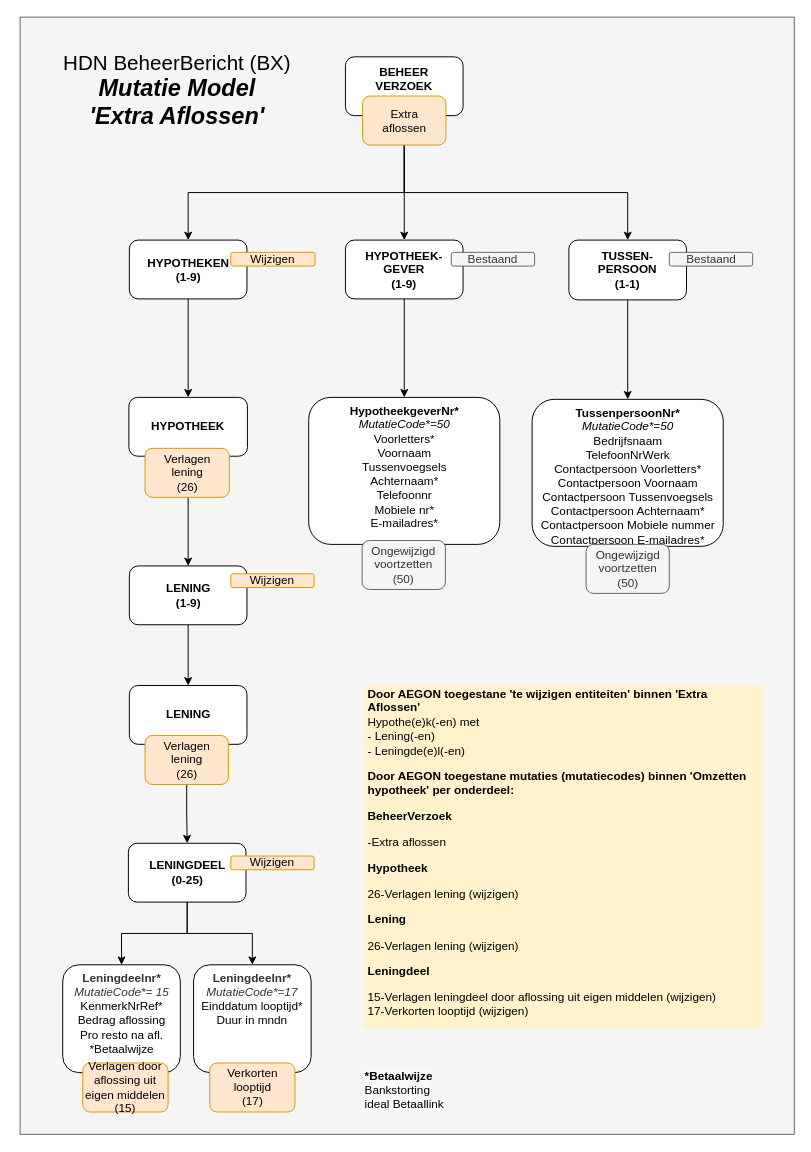
The draw.io diagram page "MutatieModel DB met attributen" (4 of 4) of HDN_BX_MM_BouwdepotDeclaratie.drawio in luchthandel/diagrams, before the edit. Source tidied: cells renumbered, new cells numbered last; positions are measured from the earlier drawing's top-left corner, leaving out a move shared by most shapes. Both pictures are drawn from the tidied source at 98%, with x=0, y=0 at pixel (20, 17).
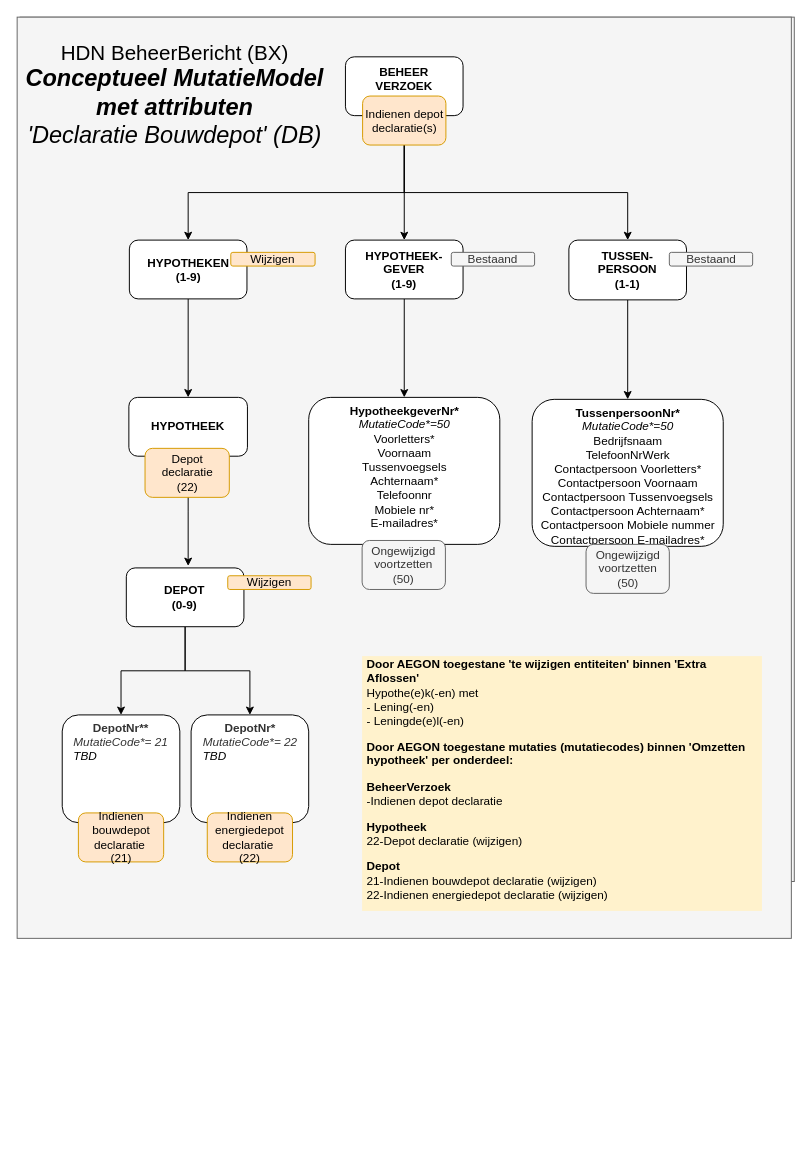
After the change.

Unchanged cells that the change refers to:
```xml
<mxCell id="14" value="HYPOTHEEK" style="rounded=1;whiteSpace=wrap;html=1;fontStyle=1;" parent="1" vertex="1">
  <mxGeometry x="111" y="388" width="121" height="60" as="geometry" />
</mxCell>
```

The edit, as a diff of the source:
```diff
@@
     <mxCell id="2" style="rounded=0;whiteSpace=wrap;html=1;fillColor=#f5f5f5;strokeColor=#666666;fontColor=#333333;labelBackgroundColor=none;" parent="1" vertex="1">
-      <mxGeometry width="790" height="1140" as="geometry" />
+      <mxGeometry width="790" height="882" as="geometry" />
     </mxCell>
+    <mxCell id="42" style="rounded=0;whiteSpace=wrap;html=1;fillColor=#f5f5f5;strokeColor=#666666;fontColor=#333333;labelBackgroundColor=none;" parent="1" vertex="1">
+      <mxGeometry x="-3" width="790" height="940" as="geometry" />
+    </mxCell>
-    <mxCell id="3" value="&lt;b style=&quot;color: rgb(0 , 0 , 0) ; text-align: left&quot;&gt;&lt;font color=&quot;#333333&quot; face=&quot;helvetica&quot;&gt;Leningdeelnr*&lt;/font&gt;&lt;br&gt;&lt;/b&gt;&lt;font color=&quot;#333333&quot; face=&quot;helvetica&quot; style=&quot;font-weight: 400 ; text-align: left&quot;&gt;&lt;i&gt;MutatieCode*=17&lt;br&gt;&lt;/i&gt;&lt;/font&gt;&lt;span style=&quot;color: rgb(0 , 0 , 0) ; font-weight: 400 ; text-align: left&quot;&gt;Einddatum looptijd*&lt;/span&gt;&lt;br style=&quot;color: rgb(0 , 0 , 0) ; font-weight: 400 ; text-align: left&quot;&gt;&lt;span style=&quot;color: rgb(0 , 0 , 0) ; font-weight: 400 ; text-align: left&quot;&gt;Duur in mndn&lt;/span&gt;" style="rounded=1;whiteSpace=wrap;html=1;fontStyle=1;fontColor=#808080;verticalAlign=top;" parent="1" vertex="1">
-      <mxGeometry x="177" y="967" width="120" height="110" as="geometry" />
+    <mxCell id="3" value="&lt;b style=&quot;color: rgb(0 , 0 , 0) ; text-align: left&quot;&gt;&lt;font color=&quot;#333333&quot; face=&quot;helvetica&quot;&gt;DepotNr*&lt;/font&gt;&lt;br&gt;&lt;/b&gt;&lt;font face=&quot;helvetica&quot; style=&quot;text-align: left&quot;&gt;&lt;i&gt;&lt;font color=&quot;#333333&quot;&gt;&lt;span style=&quot;font-weight: 400&quot;&gt;MutatieCode*= 22&lt;/span&gt;&lt;/font&gt;&lt;br&gt;&lt;div style=&quot;text-align: left&quot;&gt;&lt;span style=&quot;font-family: &amp;#34;helvetica&amp;#34; ; text-align: center ; font-weight: 400&quot;&gt;&lt;font color=&quot;#000000&quot;&gt;TBD&lt;/font&gt;&lt;/span&gt;&lt;/div&gt;&lt;/i&gt;&lt;/font&gt;" style="rounded=1;whiteSpace=wrap;html=1;fontStyle=1;fontColor=#808080;verticalAlign=top;" parent="1" vertex="1">
+      <mxGeometry x="174.5" y="712" width="120" height="110" as="geometry" />
     </mxCell>
-    <mxCell id="4" value="&lt;b style=&quot;color: rgb(0 , 0 , 0) ; text-align: left&quot;&gt;&lt;font color=&quot;#333333&quot; face=&quot;helvetica&quot;&gt;Leningdeelnr*&lt;/font&gt;&lt;br&gt;&lt;/b&gt;&lt;font color=&quot;#333333&quot; face=&quot;helvetica&quot; style=&quot;font-weight: 400 ; text-align: left&quot;&gt;&lt;i&gt;MutatieCode*= 15&lt;br&gt;&lt;/i&gt;&lt;/font&gt;&lt;span style=&quot;color: rgb(0 , 0 , 0) ; font-weight: 400 ; text-align: left&quot;&gt;KenmerkNrRef*&lt;/span&gt;&lt;br style=&quot;color: rgb(0 , 0 , 0) ; font-weight: 400 ; text-align: left&quot;&gt;&lt;span style=&quot;color: rgb(0 , 0 , 0) ; font-weight: 400 ; text-align: left&quot;&gt;Bedrag aflossing&lt;br&gt;&lt;/span&gt;&lt;span style=&quot;color: rgb(0 , 0 , 0) ; font-weight: 400 ; text-align: left&quot;&gt;Pro resto na afl.&lt;br&gt;&lt;/span&gt;&lt;span style=&quot;color: rgb(0 , 0 , 0) ; font-weight: 400 ; text-align: left&quot;&gt;*Betaalwijze&lt;br&gt;&lt;/span&gt;" style="rounded=1;whiteSpace=wrap;html=1;fontStyle=1;fontColor=#808080;verticalAlign=top;" parent="1" vertex="1">
-      <mxGeometry x="43.5" y="967" width="120" height="110" as="geometry" />
+    <mxCell id="4" value="&lt;b style=&quot;color: rgb(0 , 0 , 0) ; text-align: left&quot;&gt;&lt;font color=&quot;#333333&quot; face=&quot;helvetica&quot;&gt;DepotNr**&lt;/font&gt;&lt;br&gt;&lt;/b&gt;&lt;font color=&quot;#333333&quot; face=&quot;helvetica&quot; style=&quot;font-weight: 400 ; text-align: left&quot;&gt;&lt;i&gt;MutatieCode*= 21&lt;br&gt;&lt;div style=&quot;text-align: left&quot;&gt;&lt;span style=&quot;color: rgb(0 , 0 , 0) ; font-family: &amp;#34;helvetica&amp;#34; ; text-align: center&quot;&gt;TBD&lt;/span&gt;&lt;/div&gt;&lt;/i&gt;&lt;/font&gt;" style="rounded=1;whiteSpace=wrap;html=1;fontStyle=1;fontColor=#808080;verticalAlign=top;" parent="1" vertex="1">
+      <mxGeometry x="43" y="712" width="120" height="110" as="geometry" />
     </mxCell>
@@
-    <mxCell id="7" value="&lt;p&gt;&lt;b&gt;Door AEGON toegestane 'te wijzigen entiteiten' binnen 'Extra Aflossen'&lt;/b&gt;&lt;br&gt;Hypothe(e)k(-en) met&lt;br&gt;- Lening(-en)&lt;br&gt;- Leningde(e)l(-en)&lt;b&gt;&lt;br&gt;&lt;/b&gt;&lt;/p&gt;&lt;p&gt;&lt;b&gt;Door AEGON toegestane mutaties (mutatiecodes) binnen 'Omzetten hypotheek' per onderdeel:&lt;/b&gt;&lt;br&gt;&lt;/p&gt;&lt;p&gt;&lt;b&gt;BeheerVerzoek&lt;/b&gt;&lt;br&gt;&lt;/p&gt;&lt;p&gt;-Extra aflossen&lt;/p&gt;&lt;p&gt;&lt;b&gt;Hypotheek&lt;/b&gt;&lt;/p&gt;&lt;p&gt;26-Verlagen lening (wijzigen)&lt;br&gt;&lt;/p&gt;&lt;p&gt;&lt;b&gt;Lening&lt;/b&gt;&lt;br&gt;&lt;/p&gt;&lt;p&gt;26-Verlagen lening (wijzigen)&lt;br&gt;&lt;/p&gt;&lt;p&gt;&lt;b&gt;Leningdeel&lt;/b&gt;&lt;/p&gt;&lt;p&gt;15-Verlagen leningdeel door aflossing uit eigen middelen (wijzigen)&lt;br&gt;17-Verkorten looptijd (wijzigen)&lt;br&gt;&lt;/p&gt;" style="text;html=1;fillColor=#fff2cc;spacing=5;spacingTop=-20;whiteSpace=wrap;overflow=hidden;rounded=0;verticalAlign=top;" parent="1" vertex="1">
-      <mxGeometry x="350" y="682" width="408" height="350" as="geometry" />
-    </mxCell>
-    <mxCell id="8" value="LENING" style="rounded=1;whiteSpace=wrap;html=1;fontStyle=1;" parent="1" vertex="1">
-      <mxGeometry x="111.5" y="682" width="120" height="60" as="geometry" />
-    </mxCell>
@@
-    <mxCell id="10" style="edgeStyle=orthogonalEdgeStyle;rounded=0;jettySize=auto;html=1;exitX=0.5;exitY=1;exitDx=0;exitDy=0;entryX=0.5;entryY=0;entryDx=0;entryDy=0;fontSize=15;labelBackgroundColor=none;" parent="1" edge="1" source="14" target="16">
-      <mxGeometry relative="1" as="geometry" />
+    <mxCell id="10" style="edgeStyle=orthogonalEdgeStyle;rounded=0;jettySize=auto;html=1;exitX=0.5;exitY=1;exitDx=0;exitDy=0;entryX=0.5;entryY=0;entryDx=0;entryDy=0;fontSize=15;labelBackgroundColor=none;" parent="1" edge="1" source="14">
+      <mxGeometry relative="1" as="geometry">
+        <mxPoint x="171.5" y="560" as="targetPoint" />
+      </mxGeometry>
     </mxCell>
@@
-    <mxCell id="15" style="edgeStyle=orthogonalEdgeStyle;rounded=0;jettySize=auto;html=1;exitX=0.5;exitY=1;exitDx=0;exitDy=0;entryX=0.5;entryY=0;entryDx=0;entryDy=0;fontSize=10;" parent="1" edge="1" source="16" target="8">
-      <mxGeometry relative="1" as="geometry" />
-    </mxCell>
-    <mxCell id="16" value="LENING&lt;br&gt;(1-9)" style="rounded=1;whiteSpace=wrap;html=1;fontStyle=1;" parent="1" vertex="1">
-      <mxGeometry x="111.5" y="560" width="120" height="60" as="geometry" />
-    </mxCell>
-    <mxCell id="17" value="&lt;span style=&quot;font-weight: 400&quot;&gt;Wijzigen&lt;/span&gt;" style="rounded=1;whiteSpace=wrap;html=1;fontStyle=1;fillColor=#ffe6cc;strokeColor=#d79b00;" parent="1" vertex="1">
-      <mxGeometry x="215" y="568" width="85" height="14" as="geometry" />
-    </mxCell>
@@
-    <mxCell id="19" style="edgeStyle=orthogonalEdgeStyle;rounded=0;jettySize=auto;html=1;entryX=0.5;entryY=0;entryDx=0;entryDy=0;fontSize=10;" parent="1" edge="1" source="25" target="22">
-      <mxGeometry relative="1" as="geometry" />
-    </mxCell>
-    <mxCell id="20" style="edgeStyle=orthogonalEdgeStyle;rounded=0;jettySize=auto;html=1;exitX=0.5;exitY=1;exitDx=0;exitDy=0;entryX=0.5;entryY=0;entryDx=0;entryDy=0;" parent="1" edge="1" source="22" target="4">
-      <mxGeometry relative="1" as="geometry" />
-    </mxCell>
-    <mxCell id="21" style="edgeStyle=orthogonalEdgeStyle;rounded=0;jettySize=auto;html=1;exitX=0.5;exitY=1;exitDx=0;exitDy=0;entryX=0.5;entryY=0;entryDx=0;entryDy=0;" parent="1" edge="1" source="22" target="3">
-      <mxGeometry relative="1" as="geometry" />
-    </mxCell>
-    <mxCell id="22" value="LENINGDEEL&lt;br&gt;(0-25)" style="rounded=1;whiteSpace=wrap;html=1;fontStyle=1;" parent="1" vertex="1">
-      <mxGeometry x="110.5" y="843" width="120" height="60" as="geometry" />
-    </mxCell>
-    <mxCell id="23" value="&lt;span style=&quot;font-weight: 400&quot;&gt;Wijzigen&lt;/span&gt;" style="rounded=1;whiteSpace=wrap;html=1;fontStyle=1;fillColor=#ffe6cc;strokeColor=#d79b00;" parent="1" vertex="1">
-      <mxGeometry x="215" y="856" width="85" height="14" as="geometry" />
-    </mxCell>
-    <mxCell id="24" value="&lt;span style=&quot;font-family: &amp;#34;helvetica&amp;#34; ; font-weight: 400 ; text-align: left&quot;&gt;Verlagen door aflossing&amp;nbsp;&lt;/span&gt;&lt;span style=&quot;font-family: &amp;#34;helvetica&amp;#34; ; font-weight: 400 ; text-align: left&quot;&gt;uit eigen middelen&lt;br&gt;(15)&lt;br&gt;&lt;/span&gt;" style="rounded=1;whiteSpace=wrap;html=1;fontStyle=1;fillColor=#ffe6cc;strokeColor=#d79b00;" parent="1" vertex="1">
-      <mxGeometry x="64" y="1067.2" width="87" height="50" as="geometry" />
-    </mxCell>
-    <mxCell id="25" value="&lt;span style=&quot;font-weight: 400&quot;&gt;Verlagen&lt;/span&gt;&lt;br style=&quot;font-weight: 400&quot;&gt;&lt;span style=&quot;font-weight: 400&quot;&gt;lening&lt;br&gt;(26)&lt;br&gt;&lt;/span&gt;" style="rounded=1;whiteSpace=wrap;html=1;fontStyle=1;fillColor=#ffe6cc;strokeColor=#d79b00;" parent="1" vertex="1">
-      <mxGeometry x="127.5" y="733" width="85" height="50" as="geometry" />
-    </mxCell>
@@
-    <mxCell id="29" value="&lt;span style=&quot;font-weight: 400&quot;&gt;Extra &lt;br&gt;aflossen&lt;/span&gt;" style="rounded=1;whiteSpace=wrap;html=1;fontStyle=1;fillColor=#ffe6cc;strokeColor=#d79b00;" parent="1" vertex="1">
+    <mxCell id="29" value="&lt;span style=&quot;font-weight: 400&quot;&gt;Indienen depot declaratie(s)&lt;/span&gt;" style="rounded=1;whiteSpace=wrap;html=1;fontStyle=1;fillColor=#ffe6cc;strokeColor=#d79b00;" parent="1" vertex="1">
       <mxGeometry x="349.5" y="80.5" width="85" height="50" as="geometry" />
     </mxCell>
-    <mxCell id="30" value="&lt;span style=&quot;font-weight: 400 ; text-align: left&quot;&gt;Verkorten looptijd&lt;br&gt;(17)&lt;br&gt;&lt;/span&gt;" style="rounded=1;whiteSpace=wrap;html=1;fontStyle=1;fillColor=#ffe6cc;strokeColor=#d79b00;" parent="1" vertex="1">
-      <mxGeometry x="193.5" y="1067.2" width="87" height="50" as="geometry" />
-    </mxCell>
-    <mxCell id="31" value="&lt;font style=&quot;font-size: 21px&quot;&gt;HDN BeheerBericht (BX)&lt;br&gt;&lt;/font&gt;&lt;span style=&quot;font-size: 24px&quot;&gt;&lt;b&gt;&lt;i&gt;Mutatie Model&lt;br&gt;'Extra Aflossen'&lt;br&gt;&lt;/i&gt;&lt;/b&gt;&lt;/span&gt;" style="text;html=1;strokeColor=none;fillColor=none;align=center;verticalAlign=middle;whiteSpace=wrap;rounded=0;" parent="1" vertex="1">
-      <mxGeometry x="9.5" y="28" width="300.5" height="93" as="geometry" />
-    </mxCell>
@@
-    <mxCell id="36" value="&lt;span style=&quot;font-weight: 400&quot;&gt;Verlagen&lt;/span&gt;&lt;br style=&quot;font-weight: 400&quot;&gt;&lt;span style=&quot;font-weight: 400&quot;&gt;lening&lt;br&gt;(26)&lt;/span&gt;&lt;span style=&quot;font-weight: 400&quot;&gt;&lt;br&gt;&lt;/span&gt;" style="rounded=1;whiteSpace=wrap;html=1;fontStyle=1;fillColor=#ffe6cc;strokeColor=#d79b00;" parent="1" vertex="1">
+    <mxCell id="36" value="&lt;span style=&quot;font-weight: 400&quot;&gt;Depot&lt;/span&gt;&lt;br style=&quot;font-weight: 400&quot;&gt;&lt;span style=&quot;font-weight: 400&quot;&gt;declaratie&lt;/span&gt;&lt;br style=&quot;font-weight: 400&quot;&gt;&lt;span style=&quot;font-weight: 400&quot;&gt;(22)&lt;/span&gt;&lt;span style=&quot;font-weight: 400&quot;&gt;&lt;br&gt;&lt;/span&gt;" style="rounded=1;whiteSpace=wrap;html=1;fontStyle=1;fillColor=#ffe6cc;strokeColor=#d79b00;" parent="1" vertex="1">
       <mxGeometry x="127.5" y="440" width="86" height="50" as="geometry" />
     </mxCell>
@@
-    <mxCell id="41" value="&lt;span style=&quot;color: rgb(0 , 0 , 0) ; font-family: &amp;#34;helvetica&amp;#34; ; font-size: 12px ; font-style: normal ; letter-spacing: normal ; text-align: left ; text-indent: 0px ; text-transform: none ; word-spacing: 0px ; background-color: rgb(248 , 249 , 250) ; display: inline ; float: none&quot;&gt;&lt;b&gt;*Betaalwijze&lt;/b&gt;&lt;br&gt;Bankstorting&lt;br&gt;ideal Betaallink&lt;br&gt;&lt;/span&gt;" style="text;whiteSpace=wrap;html=1;" parent="1" vertex="1">
-      <mxGeometry x="350" y="1067.2" width="90" height="30" as="geometry" />
-    </mxCell>
+    <mxCell id="43" style="edgeStyle=orthogonalEdgeStyle;rounded=0;jettySize=auto;html=1;exitX=0.5;exitY=1;exitDx=0;exitDy=0;entryX=0.5;entryY=0;entryDx=0;entryDy=0;" parent="1" edge="1" source="45" target="4">
+      <mxGeometry relative="1" as="geometry" />
+    </mxCell>
+    <mxCell id="44" style="edgeStyle=orthogonalEdgeStyle;rounded=0;jettySize=auto;html=1;exitX=0.5;exitY=1;exitDx=0;exitDy=0;entryX=0.5;entryY=0;entryDx=0;entryDy=0;" parent="1" edge="1" source="45" target="3">
+      <mxGeometry relative="1" as="geometry" />
+    </mxCell>
+    <mxCell id="45" value="DEPOT&lt;br&gt;(0-9)" style="rounded=1;whiteSpace=wrap;html=1;fontStyle=1;" parent="1" vertex="1">
+      <mxGeometry x="108.4" y="562" width="120" height="60" as="geometry" />
+    </mxCell>
+    <mxCell id="46" value="&lt;span style=&quot;font-weight: 400&quot;&gt;Wijzigen&lt;/span&gt;" style="rounded=1;whiteSpace=wrap;html=1;fontStyle=1;fillColor=#ffe6cc;strokeColor=#d79b00;" parent="1" vertex="1">
+      <mxGeometry x="211.9" y="570" width="85" height="14" as="geometry" />
+    </mxCell>
+    <mxCell id="47" value="&lt;span style=&quot;font-family: &amp;#34;helvetica&amp;#34; ; font-weight: 400&quot;&gt;Indienen bouwdepot declaratie&amp;nbsp;&lt;br&gt;&lt;/span&gt;&lt;span style=&quot;font-family: &amp;#34;helvetica&amp;#34; ; font-weight: 400 ; text-align: left&quot;&gt;(21)&lt;br&gt;&lt;/span&gt;" style="rounded=1;whiteSpace=wrap;html=1;fontStyle=1;fillColor=#ffe6cc;strokeColor=#d79b00;" parent="1" vertex="1">
+      <mxGeometry x="59.5" y="812" width="87" height="50" as="geometry" />
+    </mxCell>
+    <mxCell id="48" value="&lt;span style=&quot;font-family: &amp;#34;helvetica&amp;#34; ; font-weight: 400&quot;&gt;Indienen energiedepot declaratie&amp;nbsp;&lt;br&gt;&lt;/span&gt;&lt;span style=&quot;font-family: &amp;#34;helvetica&amp;#34; ; font-weight: 400 ; text-align: left&quot;&gt;(22)&lt;/span&gt;&lt;span style=&quot;font-weight: 400 ; text-align: left&quot;&gt;&lt;br&gt;&lt;/span&gt;" style="rounded=1;whiteSpace=wrap;html=1;fontStyle=1;fillColor=#ffe6cc;strokeColor=#d79b00;" parent="1" vertex="1">
+      <mxGeometry x="191" y="812" width="87" height="50" as="geometry" />
+    </mxCell>
+    <mxCell id="49" value="&lt;p&gt;&lt;b&gt;Door AEGON toegestane 'te wijzigen entiteiten' binnen 'Extra Aflossen'&lt;br&gt;&lt;/b&gt;Hypothe(e)k(-en) met&lt;br&gt;- Lening(-en)&lt;br&gt;- Leningde(e)l(-en)&lt;/p&gt;&lt;p&gt;&lt;b&gt;Door AEGON toegestane mutaties (mutatiecodes) binnen 'Omzetten hypotheek' per onderdeel:&lt;/b&gt;&lt;/p&gt;&lt;p&gt;&lt;b&gt;BeheerVerzoek&lt;br&gt;&lt;/b&gt;-Indienen depot declaratie&lt;/p&gt;&lt;p&gt;&lt;b&gt;Hypotheek&lt;br&gt;&lt;/b&gt;22-Depot declaratie (wijzigen)&lt;/p&gt;&lt;p&gt;&lt;b&gt;Depot&lt;br&gt;&lt;/b&gt;21-Indienen bouwdepot declaratie (wijzigen)&lt;br&gt;22-Indienen energiedepot declaratie (wijzigen)&lt;/p&gt;" style="text;html=1;fillColor=#fff2cc;spacing=5;spacingTop=-20;whiteSpace=wrap;overflow=hidden;rounded=0;verticalAlign=top;" parent="1" vertex="1">
+      <mxGeometry x="349" y="652" width="408" height="260" as="geometry" />
+    </mxCell>
+    <mxCell id="50" value="&lt;font style=&quot;font-size: 21px&quot;&gt;HDN BeheerBericht (BX)&lt;br&gt;&lt;/font&gt;&lt;span style=&quot;font-size: 24px&quot;&gt;&lt;i&gt;&lt;b&gt;Conceptueel MutatieModel&lt;br&gt;met attributen&lt;/b&gt;&lt;br&gt;'Declaratie Bouwdepot' (DB)&lt;br&gt;&lt;/i&gt;&lt;/span&gt;" style="text;html=1;strokeColor=none;fillColor=none;align=center;verticalAlign=middle;whiteSpace=wrap;rounded=0;" parent="1" vertex="1">
+      <mxGeometry x="3" y="32" width="310" height="93" as="geometry" />
+    </mxCell>
```
